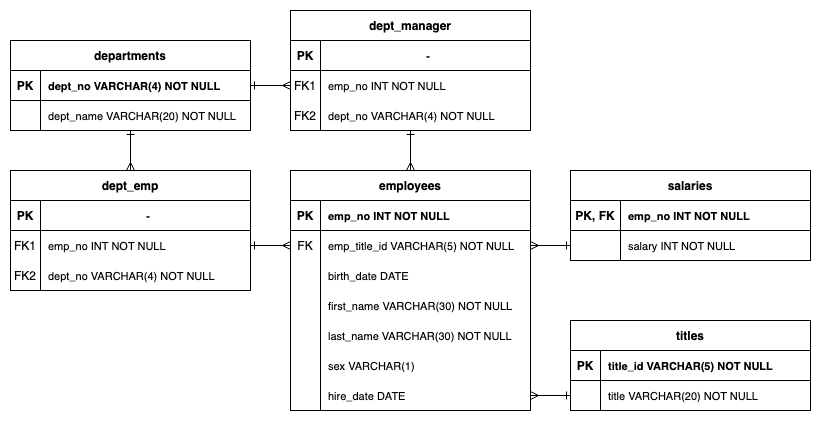
The draw.io diagram ERD.png in alyssahondrade/sql-challenge, before a commit. Source tidied: cells renumbered, new cells last; positions are measured from the earlier drawing's top-left corner, leaving out a move shared by most shapes.
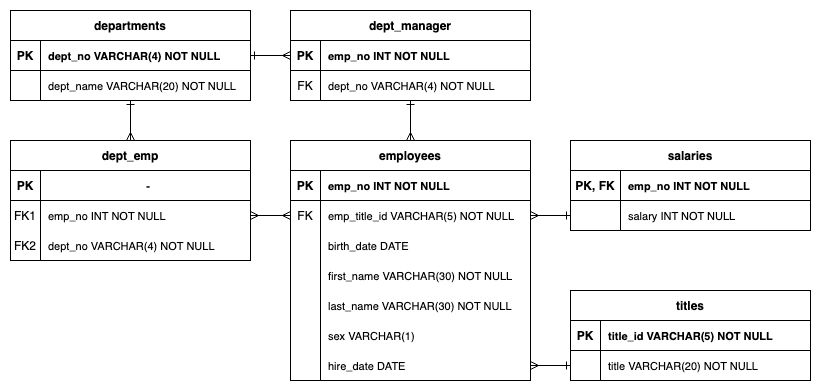
The same diagram one commit later.

What changed in the source:
```diff
@@ -2,7 +2,7 @@
   <root>
     <mxCell id="0" />
     <mxCell id="1" parent="0" />
-    <mxCell id="2" style="edgeStyle=entityRelationEdgeStyle;endArrow=ERmany;startArrow=ERone;endFill=0;startFill=0;exitX=1;exitY=0.5;exitDx=0;exitDy=0;entryX=0;entryY=0.5;entryDx=0;entryDy=0;strokeWidth=1;" parent="1" edge="1" source="36" target="7">
+    <mxCell id="2" style="edgeStyle=entityRelationEdgeStyle;endArrow=ERmany;startArrow=ERmany;endFill=0;startFill=0;exitX=1;exitY=0.5;exitDx=0;exitDy=0;entryX=0;entryY=0.5;entryDx=0;entryDy=0;strokeWidth=1;" parent="1" edge="1" source="36" target="7">
       <mxGeometry relative="1" as="geometry" />
     </mxCell>
     <mxCell id="3" value="employees" style="shape=table;startSize=30;rowLines=0;fontStyle=1;align=center;" parent="1" vertex="1">
@@ -144,7 +144,7 @@
       <mxGeometry x="30" width="210" height="30" as="geometry" />
     </mxCell>
     <mxCell id="49" value="dept_manager" style="shape=table;startSize=30;rowLines=0;fontStyle=1;align=center;" parent="1" vertex="1">
-      <mxGeometry x="280" width="240" height="120" as="geometry" />
+      <mxGeometry x="280" y="30" width="240" height="90" as="geometry" />
     </mxCell>
     <mxCell id="50" style="shape=partialRectangle;fillColor=none;points=[[0,0.5],[1,0.5]];portConstraint=eastwest;top=0;left=0;right=0;bottom=1;" parent="49" vertex="1">
       <mxGeometry y="30" width="240" height="30" as="geometry" />
@@ -152,27 +152,18 @@
     <mxCell id="51" value="PK" style="shape=partialRectangle;overflow=hidden;fillColor=none;top=0;left=0;bottom=0;right=0;fontStyle=1;" parent="50" vertex="1">
       <mxGeometry width="30" height="30" as="geometry" />
     </mxCell>
-    <mxCell id="52" value="-" style="shape=partialRectangle;overflow=hidden;fillColor=none;top=0;left=0;bottom=0;right=0;align=center;spacingLeft=6;fontStyle=1;fontSize=11;" parent="50" vertex="1">
+    <mxCell id="52" value="emp_no INT NOT NULL" style="shape=partialRectangle;overflow=hidden;fillColor=none;top=0;left=0;bottom=0;right=0;align=left;spacingLeft=6;fontStyle=1;fontSize=11;" parent="50" vertex="1">
       <mxGeometry x="30" width="210" height="30" as="geometry" />
     </mxCell>
     <mxCell id="53" style="shape=partialRectangle;fillColor=none;points=[[0,0.5],[1,0.5]];portConstraint=eastwest;top=0;left=0;right=0;bottom=0;" parent="49" vertex="1">
       <mxGeometry y="60" width="240" height="30" as="geometry" />
     </mxCell>
-    <mxCell id="54" value="FK1" style="shape=partialRectangle;overflow=hidden;fillColor=none;top=0;left=0;bottom=0;right=0;" parent="53" vertex="1">
+    <mxCell id="54" value="FK" style="shape=partialRectangle;overflow=hidden;fillColor=none;top=0;left=0;bottom=0;right=0;" parent="53" vertex="1">
       <mxGeometry width="30" height="30" as="geometry" />
     </mxCell>
-    <mxCell id="55" value="emp_no INT NOT NULL" style="shape=partialRectangle;overflow=hidden;fillColor=none;top=0;left=0;bottom=0;right=0;align=left;spacingLeft=6;fontSize=11;" parent="53" vertex="1">
+    <mxCell id="55" value="dept_no VARCHAR(4) NOT NULL" style="shape=partialRectangle;overflow=hidden;fillColor=none;top=0;left=0;bottom=0;right=0;align=left;spacingLeft=6;fontSize=11;" parent="53" vertex="1">
       <mxGeometry x="30" width="210" height="30" as="geometry" />
     </mxCell>
-    <mxCell id="56" style="shape=partialRectangle;fillColor=none;top=0;left=0;right=0;bottom=0;" parent="49" vertex="1">
-      <mxGeometry y="90" width="240" height="30" as="geometry" />
-    </mxCell>
-    <mxCell id="57" value="FK2" style="shape=partialRectangle;overflow=hidden;fillColor=none;top=0;left=0;bottom=0;right=0;" parent="56" vertex="1">
-      <mxGeometry width="30" height="30" as="geometry" />
-    </mxCell>
-    <mxCell id="58" value="dept_no VARCHAR(4) NOT NULL" style="shape=partialRectangle;overflow=hidden;fillColor=none;top=0;left=0;bottom=0;right=0;align=left;spacingLeft=6;fontSize=11;" parent="56" vertex="1">
-      <mxGeometry x="30" width="210" height="30" as="geometry" />
-    </mxCell>
     <mxCell id="59" value="departments" style="shape=table;startSize=30;rowLines=0;fontStyle=1;align=center;" parent="1" vertex="1">
       <mxGeometry y="30" width="240" height="90" as="geometry" />
     </mxCell>
@@ -203,7 +194,7 @@
     <mxCell id="68" style="endArrow=ERmany;startArrow=ERone;endFill=0;startFill=0;entryX=0.5;entryY=0;entryDx=0;entryDy=0;exitX=0.5;exitY=1;exitDx=0;exitDy=0;strokeWidth=1;" parent="1" edge="1" source="49" target="3">
       <mxGeometry relative="1" as="geometry" />
     </mxCell>
-    <mxCell id="69" style="endArrow=ERmany;startArrow=ERone;endFill=0;startFill=0;entryX=0;entryY=0.5;entryDx=0;entryDy=0;exitX=1;exitY=0.5;exitDx=0;exitDy=0;strokeWidth=1;" parent="1" edge="1" source="60" target="53">
+    <mxCell id="69" style="endArrow=ERmany;startArrow=ERone;endFill=0;startFill=0;entryX=0;entryY=0.5;entryDx=0;entryDy=0;exitX=1;exitY=0.5;exitDx=0;exitDy=0;strokeWidth=1;" parent="1" edge="1" source="60" target="50">
       <mxGeometry relative="1" as="geometry" />
     </mxCell>
     <mxCell id="70" style="edgeStyle=entityRelationEdgeStyle;endArrow=ERmany;startArrow=ERone;endFill=0;startFill=0;entryX=1;entryY=0.5;entryDx=0;entryDy=0;exitX=0;exitY=0.5;exitDx=0;exitDy=0;strokeWidth=1;" parent="1" edge="1" source="29" target="7">
```
